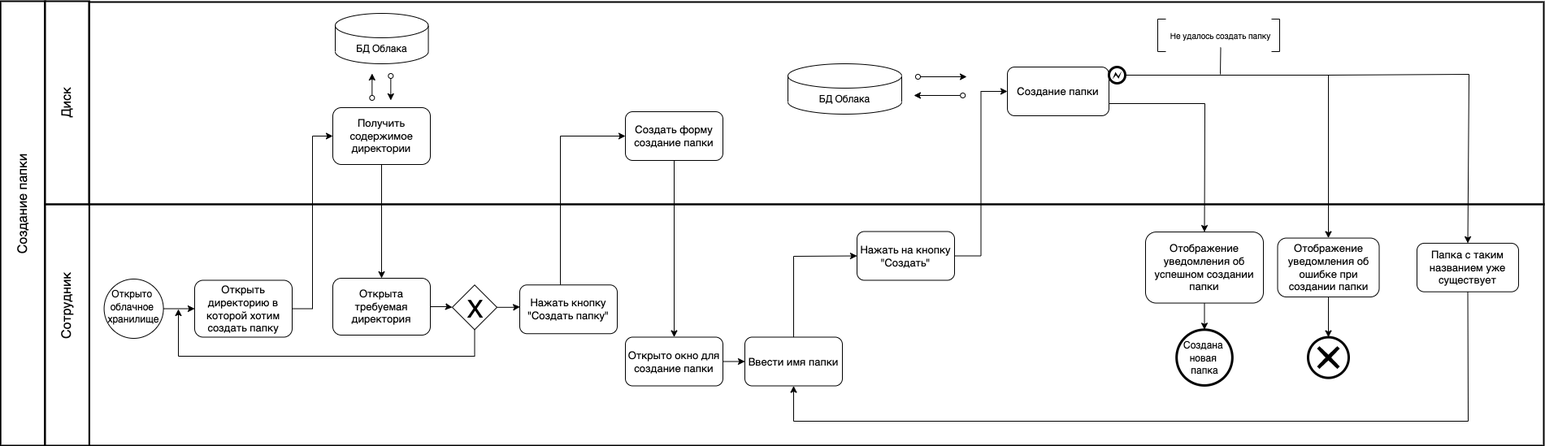
The draw.io diagram docs/bpmn/UML + BPMN-7.4 BPMN.drawio.png in shuv8/cloudstorage, before a commit. Source tidied: cells renumbered, new cells last; positions are measured from the earlier drawing's top-left corner, leaving out a move shared by most shapes.
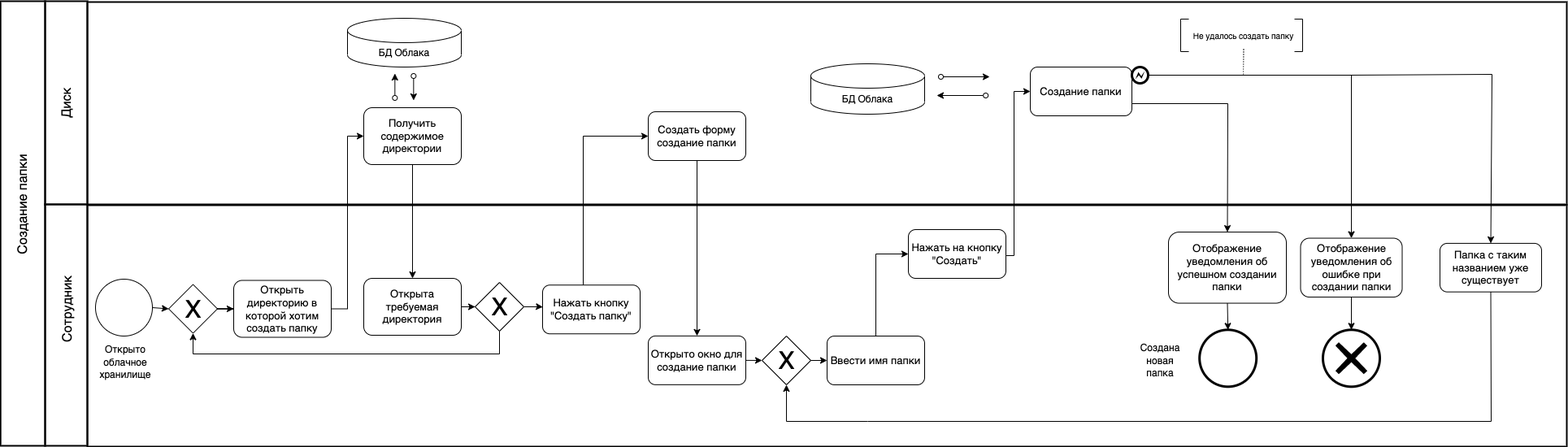
Later version of the same file.

What changed in the source:
```diff
@@ -3,22 +3,22 @@
     <mxCell id="0" />
     <mxCell id="1" parent="0" />
     <mxCell id="2" style="rounded=0;whiteSpace=wrap;html=1;strokeWidth=2;fontSize=13;fillColor=none;" parent="1" vertex="1">
-      <mxGeometry x="181" y="1" width="1790" height="249" as="geometry" />
+      <mxGeometry x="151" y="1" width="1820" height="249" as="geometry" />
     </mxCell>
     <mxCell id="3" value="Создание папки" style="rounded=1;whiteSpace=wrap;html=1;fontSize=13;" parent="1" vertex="1">
       <mxGeometry x="1311" y="81" width="125" height="60" as="geometry" />
     </mxCell>
     <mxCell id="4" style="rounded=0;whiteSpace=wrap;html=1;strokeWidth=2;fontSize=13;fillColor=none;" parent="1" vertex="1">
-      <mxGeometry x="181.4" y="250" width="1789.6" height="297" as="geometry" />
+      <mxGeometry x="151" y="251" width="1820" height="297" as="geometry" />
     </mxCell>
     <mxCell id="5" style="ellipse;whiteSpace=wrap;html=1;fontSize=13;" parent="1" vertex="1">
-      <mxGeometry x="199.6" y="342" width="73" height="73" as="geometry" />
+      <mxGeometry x="161" y="342" width="70" height="70" as="geometry" />
     </mxCell>
-    <mxCell id="6" style="endArrow=classic;html=1;fontSize=13;exitX=1;exitY=0.5;exitDx=0;exitDy=0;entryX=0;entryY=0.5;entryDx=0;entryDy=0;" parent="1" edge="1" source="5" target="18">
+    <mxCell id="6" style="endArrow=classic;html=1;fontSize=13;exitX=1;exitY=0.5;exitDx=0;exitDy=0;entryX=0;entryY=0.5;entryDx=0;entryDy=0;" parent="1" edge="1" source="5" target="63">
       <mxGeometry relative="1" as="geometry" />
     </mxCell>
     <mxCell id="7" style="ellipse;whiteSpace=wrap;html=1;fontSize=13;strokeWidth=3;" parent="1" vertex="1">
-      <mxGeometry x="1519.2" y="404.3" width="68.6" height="68.6" as="geometry" />
+      <mxGeometry x="1519.2" y="404.3" width="70" height="70" as="geometry" />
     </mxCell>
     <mxCell id="8" style="endArrow=classic;html=1;fontSize=13;exitX=1;exitY=0.75;exitDx=0;exitDy=0;entryX=0.5;entryY=0;entryDx=0;entryDy=0;rounded=0;" parent="1" edge="1" source="3" target="25">
       <mxGeometry relative="1" as="geometry">
@@ -28,34 +28,44 @@
       </mxGeometry>
     </mxCell>
     <mxCell id="9" style="rounded=0;whiteSpace=wrap;html=1;strokeWidth=2;fontSize=13;fillColor=none;" parent="1" vertex="1">
-      <mxGeometry x="126.6" width="54.8" height="250" as="geometry" />
+      <mxGeometry x="99" width="52" height="250" as="geometry" />
     </mxCell>
     <mxCell id="10" style="rounded=0;whiteSpace=wrap;html=1;strokeWidth=2;fontSize=13;fillColor=none;" parent="1" vertex="1">
-      <mxGeometry x="126.6" y="250" width="54.8" height="297" as="geometry" />
+      <mxGeometry x="99" y="250" width="52" height="297" as="geometry" />
     </mxCell>
     <mxCell id="11" style="rounded=0;whiteSpace=wrap;html=1;strokeWidth=2;fontSize=13;fillColor=none;" parent="1" vertex="1">
-      <mxGeometry x="72.2" width="54.8" height="547" as="geometry" />
+      <mxGeometry x="44.2" width="54.8" height="547" as="geometry" />
     </mxCell>
     <mxCell id="12" value="&lt;font style=&quot;font-size: 16px&quot;&gt;Диск&lt;/font&gt;" style="text;html=1;strokeColor=none;fillColor=none;align=center;verticalAlign=middle;whiteSpace=wrap;rounded=0;fontSize=13;rotation=-90;" parent="1" vertex="1">
-      <mxGeometry x="114" y="110" width="80" height="30" as="geometry" />
+      <mxGeometry x="86.4" y="110" width="80" height="30" as="geometry" />
     </mxCell>
     <mxCell id="13" value="&lt;font style=&quot;font-size: 16px&quot;&gt;Сотрудник&lt;/font&gt;" style="text;html=1;strokeColor=none;fillColor=none;align=center;verticalAlign=middle;whiteSpace=wrap;rounded=0;fontSize=13;rotation=-90;" parent="1" vertex="1">
-      <mxGeometry x="99" y="360" width="110" height="30" as="geometry" />
+      <mxGeometry x="71.4" y="363.5" width="110" height="30" as="geometry" />
     </mxCell>
     <mxCell id="14" value="&lt;font style=&quot;font-size: 16px&quot;&gt;Создание папки&lt;/font&gt;" style="text;html=1;strokeColor=none;fillColor=none;align=center;verticalAlign=middle;whiteSpace=wrap;rounded=0;fontSize=13;rotation=-90;" parent="1" vertex="1">
-      <mxGeometry x="-0.4" y="235" width="200" height="30" as="geometry" />
+      <mxGeometry x="-28.4" y="235.5" width="200" height="30" as="geometry" />
     </mxCell>
     <mxCell id="15" style="edgeStyle=orthogonalEdgeStyle;rounded=0;jettySize=auto;html=1;entryX=0;entryY=0.5;entryDx=0;entryDy=0;" parent="1" edge="1" source="16" target="3">
-      <mxGeometry relative="1" as="geometry" />
+      <mxGeometry relative="1" as="geometry">
+        <Array as="points">
+          <mxPoint x="1291" y="313" />
+          <mxPoint x="1291" y="111" />
+        </Array>
+      </mxGeometry>
     </mxCell>
     <mxCell id="16" value="Нажать на кнопку &quot;Создать&quot;" style="rounded=1;whiteSpace=wrap;html=1;fontSize=13;" parent="1" vertex="1">
-      <mxGeometry x="1126" y="283.5" width="120" height="60" as="geometry" />
+      <mxGeometry x="1161" y="281" width="120" height="60" as="geometry" />
     </mxCell>
     <mxCell id="17" style="edgeStyle=orthogonalEdgeStyle;rounded=0;jettySize=auto;html=1;entryX=0;entryY=0.5;entryDx=0;entryDy=0;" parent="1" edge="1" source="18" target="37">
-      <mxGeometry relative="1" as="geometry" />
+      <mxGeometry relative="1" as="geometry">
+        <Array as="points">
+          <mxPoint x="471" y="379" />
+          <mxPoint x="471" y="166" />
+        </Array>
+      </mxGeometry>
     </mxCell>
     <mxCell id="18" value="Открыть директорию в которой хотим создать папку" style="rounded=1;whiteSpace=wrap;html=1;fontSize=13;" parent="1" vertex="1">
-      <mxGeometry x="311" y="343.5" width="120" height="70" as="geometry" />
+      <mxGeometry x="331" y="343.5" width="120" height="70" as="geometry" />
     </mxCell>
     <mxCell id="19" style="edgeStyle=orthogonalEdgeStyle;rounded=0;jettySize=auto;html=1;entryX=0;entryY=0.5;entryDx=0;entryDy=0;" parent="1" edge="1" source="20" target="32">
       <mxGeometry relative="1" as="geometry">
@@ -68,18 +78,18 @@
       <mxGeometry x="711" y="349.3" width="120" height="60" as="geometry" />
     </mxCell>
     <mxCell id="21" value="Открыто окно для создание папки" style="rounded=1;whiteSpace=wrap;html=1;fontSize=13;" parent="1" vertex="1">
-      <mxGeometry x="841" y="413.5" width="120" height="60" as="geometry" />
+      <mxGeometry x="841" y="411.9" width="120" height="60" as="geometry" />
     </mxCell>
     <mxCell id="22" value="Ввести имя папки" style="rounded=1;whiteSpace=wrap;html=1;fontSize=13;" parent="1" vertex="1">
-      <mxGeometry x="988" y="413.5" width="120" height="60" as="geometry" />
+      <mxGeometry x="1061" y="412" width="120" height="60" as="geometry" />
     </mxCell>
-    <mxCell id="23" style="endArrow=classic;html=1;fillColor=#000000;exitX=1;exitY=0.5;exitDx=0;exitDy=0;entryX=0;entryY=0.5;entryDx=0;entryDy=0;" parent="1" edge="1" source="21" target="22">
+    <mxCell id="23" style="endArrow=classic;html=1;fillColor=#000000;exitX=1;exitY=0.5;exitDx=0;exitDy=0;entryX=0;entryY=0.5;entryDx=0;entryDy=0;" parent="1" edge="1" source="21" target="67">
       <mxGeometry relative="1" as="geometry" />
     </mxCell>
     <mxCell id="24" style="endArrow=classic;html=1;fillColor=#000000;entryX=0;entryY=0.5;entryDx=0;entryDy=0;exitX=0.5;exitY=0;exitDx=0;exitDy=0;rounded=0;" parent="1" edge="1" source="22" target="16">
       <mxGeometry relative="1" as="geometry">
         <Array as="points">
-          <mxPoint x="1048" y="314" />
+          <mxPoint x="1121" y="311" />
         </Array>
       </mxGeometry>
     </mxCell>
@@ -108,43 +118,37 @@
       <mxGeometry x="841" y="136" width="120" height="60" as="geometry" />
     </mxCell>
     <mxCell id="33" value="&lt;font style=&quot;font-size: 12px;&quot;&gt;Открыто &lt;br&gt;облачное &lt;br&gt;хранилище&lt;/font&gt;" style="text;html=1;strokeColor=none;fillColor=none;align=center;verticalAlign=middle;whiteSpace=wrap;rounded=0;fontSize=13;rotation=0;" parent="1" vertex="1">
-      <mxGeometry x="201.1" y="356.4" width="70" height="39.2" as="geometry" />
+      <mxGeometry x="162.5" y="424.4" width="70" height="39.2" as="geometry" />
     </mxCell>
     <mxCell id="34" style="points=[[0.145,0.145,0],[0.5,0,0],[0.855,0.145,0],[1,0.5,0],[0.855,0.855,0],[0.5,1,0],[0.145,0.855,0],[0,0.5,0]];shape=mxgraph.bpmn.event;html=1;verticalLabelPosition=bottom;labelBackgroundColor=#ffffff;verticalAlign=top;align=center;perimeter=ellipsePerimeter;outlineConnect=0;outline=end;symbol=cancel;" parent="1" vertex="1">
-      <mxGeometry x="1681" y="413.6" width="50" height="50" as="geometry" />
+      <mxGeometry x="1671" y="404.3" width="70" height="70" as="geometry" />
     </mxCell>
     <mxCell id="35" value="&lt;font style=&quot;font-size: 12px;&quot;&gt;Создана &lt;br&gt;новая &lt;br&gt;папка&lt;/font&gt;" style="text;html=1;strokeColor=none;fillColor=none;align=center;verticalAlign=middle;whiteSpace=wrap;rounded=0;fontSize=13;rotation=0;" parent="1" vertex="1">
-      <mxGeometry x="1523.5" y="416.9" width="60" height="43.5" as="geometry" />
+      <mxGeometry x="1441" y="420.1" width="60" height="43.5" as="geometry" />
     </mxCell>
     <mxCell id="36" style="edgeStyle=orthogonalEdgeStyle;rounded=0;jettySize=auto;html=1;entryX=0.5;entryY=0;entryDx=0;entryDy=0;" parent="1" edge="1" source="37" target="43">
       <mxGeometry relative="1" as="geometry" />
     </mxCell>
     <mxCell id="37" value="Получить с&lt;span style=&quot;font-family: &amp;quot;Helvetica Neue&amp;quot;; text-align: start; background-color: initial;&quot;&gt;одержимое директории&lt;/span&gt;" style="rounded=1;whiteSpace=wrap;html=1;fontSize=13;" parent="1" vertex="1">
-      <mxGeometry x="481" y="131" width="120" height="70" as="geometry" />
+      <mxGeometry x="491" y="131" width="120" height="70" as="geometry" />
     </mxCell>
-    <mxCell id="38" style="edgeStyle=orthogonalEdgeStyle;rounded=0;jettySize=auto;html=1;" parent="1" edge="1" source="40">
+    <mxCell id="38" style="edgeStyle=orthogonalEdgeStyle;rounded=0;jettySize=auto;html=1;entryX=0.5;entryY=1;entryDx=0;entryDy=0;" parent="1" edge="1" target="63">
       <mxGeometry relative="1" as="geometry">
-        <mxPoint x="291" y="379" as="targetPoint" />
+        <mxPoint x="658" y="403.4" as="sourcePoint" />
         <Array as="points">
-          <mxPoint x="656" y="437" />
-          <mxPoint x="291" y="437" />
+          <mxPoint x="658" y="434" />
+          <mxPoint x="281" y="434" />
         </Array>
       </mxGeometry>
     </mxCell>
     <mxCell id="39" style="edgeStyle=orthogonalEdgeStyle;rounded=0;jettySize=auto;html=1;entryX=0.002;entryY=0.449;entryDx=0;entryDy=0;entryPerimeter=0;fontSize=12;endArrow=classic;endFill=1;" parent="1" edge="1" source="40" target="20">
       <mxGeometry relative="1" as="geometry" />
     </mxCell>
-    <mxCell id="40" style="rhombus;whiteSpace=wrap;html=1;" parent="1" vertex="1">
-      <mxGeometry x="628" y="349.3" width="55" height="55" as="geometry" />
-    </mxCell>
-    <mxCell id="41" value="&lt;font style=&quot;font-size: 30px&quot;&gt;X&lt;/font&gt;" style="text;html=1;align=center;verticalAlign=middle;" parent="1" vertex="1">
-      <mxGeometry x="635.5" y="363.5" width="40" height="30" as="geometry" />
-    </mxCell>
     <mxCell id="42" style="edgeStyle=orthogonalEdgeStyle;rounded=0;jettySize=auto;html=1;entryX=0;entryY=0.5;entryDx=0;entryDy=0;" parent="1" edge="1" source="43" target="40">
       <mxGeometry relative="1" as="geometry" />
     </mxCell>
     <mxCell id="43" value="Открыта требуемая директория" style="rounded=1;whiteSpace=wrap;html=1;fontSize=13;" parent="1" vertex="1">
-      <mxGeometry x="481" y="341" width="120" height="70" as="geometry" />
+      <mxGeometry x="491" y="341" width="120" height="70" as="geometry" />
     </mxCell>
     <mxCell id="44" style="group;" parent="1" vertex="1">
       <mxGeometry x="1041" y="77" width="220" height="62" as="geometry" />
@@ -180,10 +184,10 @@
       <mxGeometry x="90" y="5" width="40" height="10" as="geometry" />
     </mxCell>
     <mxCell id="53" style="group;" parent="1" vertex="1">
-      <mxGeometry x="484" y="15" width="180" height="62" as="geometry" />
+      <mxGeometry x="471" y="21" width="140" height="60" as="geometry" />
     </mxCell>
     <mxCell id="54" value="БД Облака" style="shape=cylinder3;whiteSpace=wrap;html=1;boundedLbl=1;backgroundOutline=1;size=15;" parent="53" vertex="1">
-      <mxGeometry width="114.5" height="62" as="geometry" />
+      <mxGeometry width="140" height="60" as="geometry" />
     </mxCell>
     <mxCell id="55" style="endArrow=classic;html=1;rounded=0;startArrow=oval;startFill=0;" parent="1" edge="1">
       <mxGeometry relative="1" as="geometry">
@@ -200,7 +204,7 @@
         </Array>
       </mxGeometry>
     </mxCell>
-    <mxCell id="57" style="endArrow=none;html=1;rounded=0;fontSize=12;entryX=0.5;entryY=1;entryDx=0;entryDy=0;" parent="1" edge="1" target="51">
+    <mxCell id="57" style="endArrow=none;html=1;rounded=0;fontSize=12;entryX=0.5;entryY=1;entryDx=0;entryDy=0;dashed=1;dashPattern=1 2;" parent="1" edge="1" target="51">
       <mxGeometry relative="1" as="geometry">
         <mxPoint x="1573" y="90" as="sourcePoint" />
       </mxGeometry>
@@ -208,11 +212,12 @@
     <mxCell id="58" value="Папка с таким названием уже существует" style="rounded=1;whiteSpace=wrap;html=1;fontSize=13;" parent="1" vertex="1">
       <mxGeometry x="1815" y="297.9" width="125" height="59.8" as="geometry" />
     </mxCell>
-    <mxCell id="59" style="endArrow=classic;html=1;rounded=0;fontSize=12;exitX=0.5;exitY=1;exitDx=0;exitDy=0;entryX=0.5;entryY=1;entryDx=0;entryDy=0;" parent="1" edge="1" source="58" target="22">
+    <mxCell id="59" style="endArrow=classic;html=1;rounded=0;fontSize=12;exitX=0.5;exitY=1;exitDx=0;exitDy=0;entryX=0.5;entryY=1;entryDx=0;entryDy=0;" parent="1" edge="1" source="58" target="67">
       <mxGeometry relative="1" as="geometry">
         <Array as="points">
           <mxPoint x="1878" y="517" />
-          <mxPoint x="1048" y="517" />
+          <mxPoint x="1111" y="517" />
+          <mxPoint x="1011" y="517" />
         </Array>
       </mxGeometry>
     </mxCell>
@@ -224,5 +229,44 @@
         </Array>
       </mxGeometry>
     </mxCell>
+    <mxCell id="61" style="group;" parent="1" vertex="1">
+      <mxGeometry x="628" y="346" width="60" height="60" as="geometry" />
+    </mxCell>
+    <mxCell id="40" style="rhombus;whiteSpace=wrap;html=1;" parent="61" vertex="1">
+      <mxGeometry width="60" height="60" as="geometry" />
+    </mxCell>
+    <mxCell id="41" value="&lt;font style=&quot;font-size: 30px&quot;&gt;X&lt;/font&gt;" style="text;html=1;align=center;verticalAlign=middle;" parent="61" vertex="1">
+      <mxGeometry x="10" y="15" width="40" height="30" as="geometry" />
+    </mxCell>
+    <mxCell id="62" style="group;" parent="1" vertex="1">
+      <mxGeometry x="251" y="348.5" width="60" height="60" as="geometry" />
+    </mxCell>
+    <mxCell id="63" style="rhombus;whiteSpace=wrap;html=1;" parent="62" vertex="1">
+      <mxGeometry width="60" height="60" as="geometry" />
+    </mxCell>
+    <mxCell id="64" value="&lt;font style=&quot;font-size: 30px&quot;&gt;X&lt;/font&gt;" style="text;html=1;align=center;verticalAlign=middle;" parent="62" vertex="1">
+      <mxGeometry x="10" y="15" width="40" height="30" as="geometry" />
+    </mxCell>
+    <mxCell id="65" style="edgeStyle=orthogonalEdgeStyle;rounded=0;jettySize=auto;html=1;exitX=1;exitY=0.5;exitDx=0;exitDy=0;" parent="1" edge="1" source="63" target="18">
+      <mxGeometry relative="1" as="geometry" />
+    </mxCell>
+    <mxCell id="66" style="group;" parent="1" vertex="1">
+      <mxGeometry x="981" y="412" width="60" height="60" as="geometry" />
+    </mxCell>
+    <mxCell id="67" style="rhombus;whiteSpace=wrap;html=1;" parent="66" vertex="1">
+      <mxGeometry width="60" height="60" as="geometry" />
+    </mxCell>
+    <mxCell id="68" value="&lt;font style=&quot;font-size: 30px&quot;&gt;X&lt;/font&gt;" style="text;html=1;align=center;verticalAlign=middle;" parent="66" vertex="1">
+      <mxGeometry x="10" y="15" width="40" height="30" as="geometry" />
+    </mxCell>
+    <mxCell id="69" style="edgeStyle=orthogonalEdgeStyle;rounded=0;jettySize=auto;html=1;entryX=0;entryY=0.5;entryDx=0;entryDy=0;" parent="1" edge="1" target="22">
+      <mxGeometry relative="1" as="geometry">
+        <mxPoint x="1041" y="442" as="sourcePoint" />
+        <Array as="points">
+          <mxPoint x="1061" y="442" />
+          <mxPoint x="1061" y="442" />
+        </Array>
+      </mxGeometry>
+    </mxCell>
   </root>
 </mxGraphModel>
```
